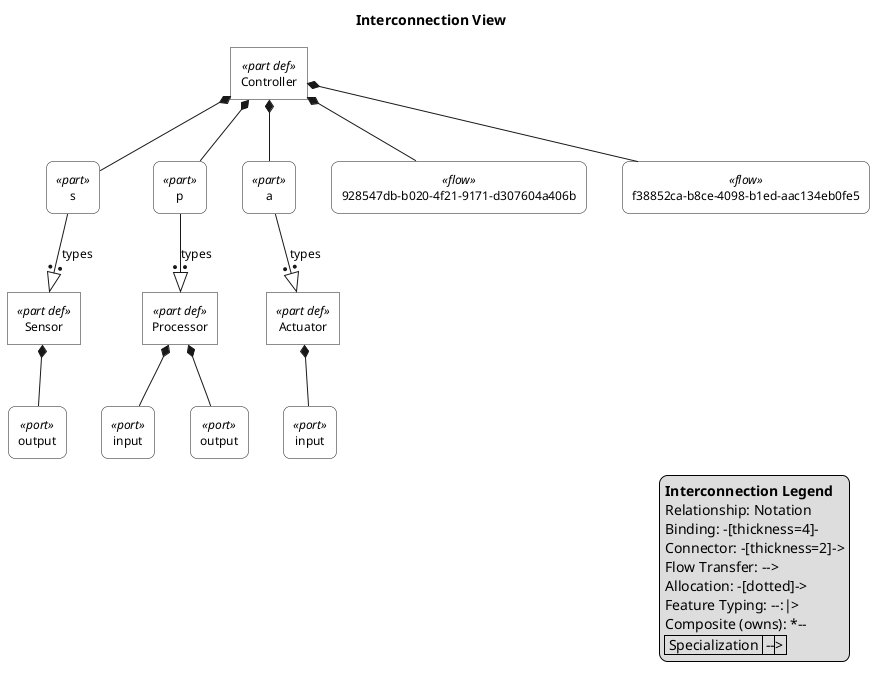
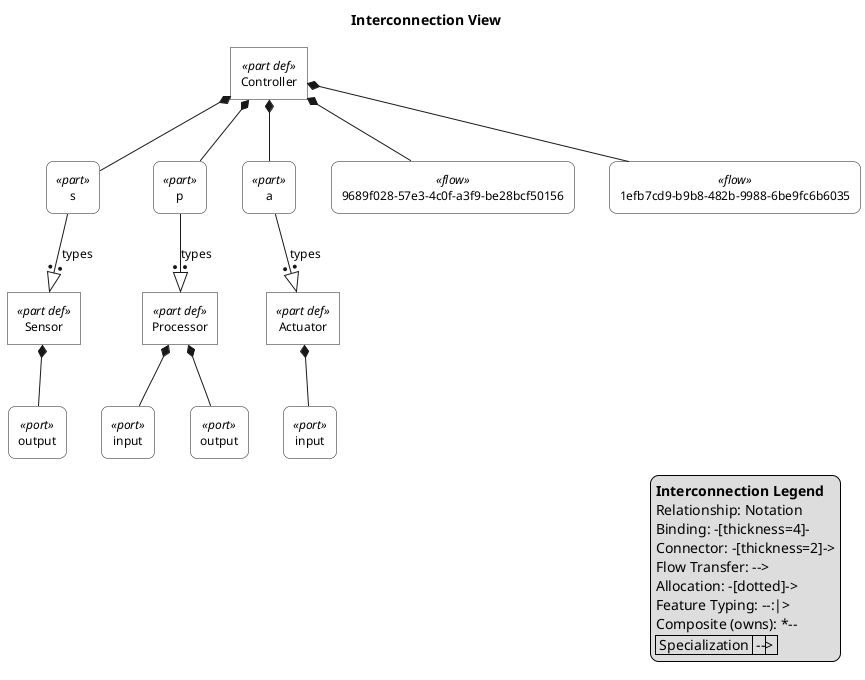
@startuml

skinparam monochrome true
skinparam wrapWidth 300
skinparam defaultFontSize 12
skinparam defaultFontName Helvetica

skinparam rectangle<<part def>> {
    RoundCorner 0
    BackgroundColor white
}
skinparam rectangle<<part>> {
    RoundCorner 15
    BackgroundColor white
}
skinparam rectangle<<port def>> {
    RoundCorner 0
    BackgroundColor white
}
skinparam rectangle<<port>> {
    RoundCorner 15
    BackgroundColor white
}
skinparam rectangle<<interface def>> {
    RoundCorner 0
    BackgroundColor white
}
skinparam rectangle<<interface>> {
    RoundCorner 15
    BackgroundColor white
}
skinparam rectangle<<item def>> {
    RoundCorner 0
    BackgroundColor white
}
skinparam rectangle<<item>> {
    RoundCorner 15
    BackgroundColor white
}
skinparam rectangle<<attribute def>> {
    RoundCorner 0
    BackgroundColor white
}
skinparam rectangle<<attribute>> {
    RoundCorner 15
    BackgroundColor white
}
skinparam rectangle<<connection def>> {
    RoundCorner 0
    BackgroundColor white
}
skinparam rectangle<<connection>> {
    RoundCorner 15
    BackgroundColor white
}
skinparam rectangle<<flow def>> {
    RoundCorner 0
    BackgroundColor white
}
skinparam rectangle<<flow>> {
    RoundCorner 15
    BackgroundColor white
}

top to bottom direction

title Interconnection View

hide circle

rectangle "Sensor" as E1 <<part def>>
rectangle "output" as E2 <<port>>
rectangle "Processor" as E3 <<part def>>
rectangle "input" as E4 <<port>>
rectangle "output" as E5 <<port>>
rectangle "Actuator" as E6 <<part def>>
rectangle "input" as E7 <<port>>
rectangle "Controller" as E8 <<part def>>
rectangle "s" as E9 <<part>>
rectangle "p" as E10 <<part>>
rectangle "a" as E11 <<part>>
- rectangle "928547db-b020-4f21-9171-d307604a406b" as E12 <<flow>>
- rectangle "f38852ca-b8ce-4098-b1ed-aac134eb0fe5" as E13 <<flow>>
+ rectangle "9689f028-57e3-4c0f-a3f9-be28bcf50156" as E12 <<flow>>
+ rectangle "1efb7cd9-b9b8-482b-9988-6be9fc6b6035" as E13 <<flow>>

E1 *-- E2
E3 *-- E4
E3 *-- E5
E6 *-- E7
E8 *-- E9
E9 --:|> E1 : types
E8 *-- E10
E10 --:|> E3 : types
E8 *-- E11
E11 --:|> E6 : types
E8 *-- E12
E8 *-- E13


legend right
  <b>Interconnection Legend</b>
  Relationship: Notation
  Binding: -[thickness=4]-
  Connector: -[thickness=2]->
  Flow Transfer: -->
  Allocation: -[dotted]->
  Feature Typing: --:|>
  Composite (owns): *--
  | Specialization | --|> |
endlegend

@enduml